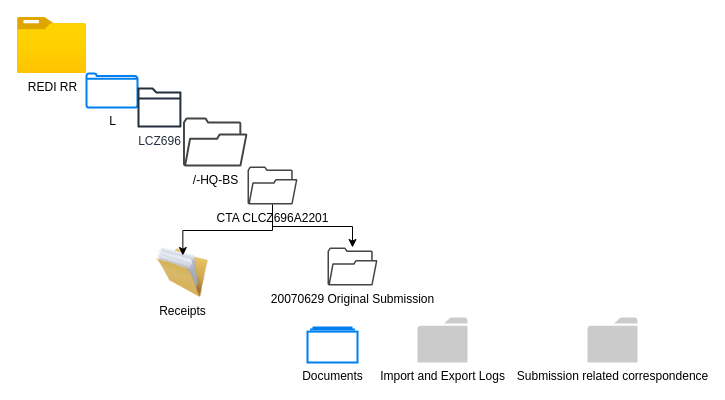
Earlier version of the draw.io diagram CTA.drawio (jyprincejose/chat). Source tidied: cells renumbered, new cells numbered last; positions are measured from the earlier drawing's top-left corner, leaving out a move shared by most shapes. Both pictures are drawn from the tidied source at 100%, with x=0, y=0 at pixel (17, 17).
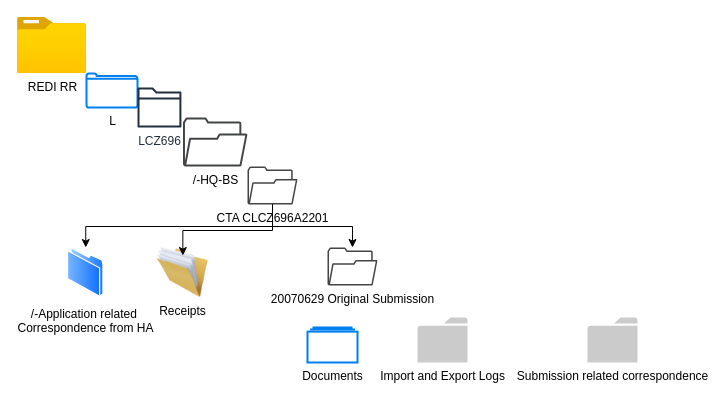
After the change.

Diff of the diagram source:
```diff
@@
 <mxGraphModel>
   <root>
     <mxCell id="0" />
     <mxCell id="1" parent="0" />
     <mxCell id="2" value="REDI RR" style="image;html=1;align=center;fontSize=12;image=img/lib/azure2/general/Folder_Blank.svg;" parent="1" vertex="1">
       <mxGeometry width="69" height="56" as="geometry" />
     </mxCell>
     <mxCell id="3" value="L" style="html=1;verticalLabelPosition=bottom;align=center;labelBackgroundColor=#ffffff;verticalAlign=top;strokeWidth=2;strokeColor=#0080F0;shadow=0;dashed=0;shape=mxgraph.ios7.icons.folder;" parent="1" vertex="1">
       <mxGeometry x="69" y="56" width="51" height="34" as="geometry" />
     </mxCell>
     <mxCell id="4" value="LCZ696" style="sketch=0;fontColor=#232F3E;gradientColor=none;fillColor=#232F3D;strokeColor=none;dashed=0;verticalLabelPosition=bottom;verticalAlign=top;align=center;html=1;fontSize=12;fontStyle=0;shape=mxgraph.aws4.folder;" parent="1" vertex="1">
       <mxGeometry x="120" y="70" width="43.9" height="40" as="geometry" />
     </mxCell>
     <mxCell id="5" value="/-HQ-BS" style="sketch=0;shadow=0;dashed=0;html=1;strokeColor=none;fillColor=#434445;labelPosition=center;verticalLabelPosition=bottom;verticalAlign=top;align=center;shape=mxgraph.vvd.folder;" parent="1" vertex="1">
       <mxGeometry x="165.5" y="100" width="64.5" height="49" as="geometry" />
     </mxCell>
     <mxCell id="6" style="edgeStyle=elbowEdgeStyle;rounded=0;jettySize=auto;elbow=vertical;html=1;" parent="1" edge="1" source="7" target="8">
       <mxGeometry relative="1" as="geometry" />
     </mxCell>
     <mxCell id="7" value="CTA CLCZ696A2201" style="sketch=0;shadow=0;dashed=0;html=1;strokeColor=none;fillColor=#434445;labelPosition=center;verticalLabelPosition=bottom;verticalAlign=top;align=center;outlineConnect=0;shape=mxgraph.vvd.folder;" parent="1" vertex="1">
       <mxGeometry x="230" y="149" width="50" height="38" as="geometry" />
     </mxCell>
     <mxCell id="8" value="20070629 Original Submission" style="sketch=0;shadow=0;dashed=0;html=1;strokeColor=none;fillColor=#434445;labelPosition=center;verticalLabelPosition=bottom;verticalAlign=top;align=center;outlineConnect=0;shape=mxgraph.vvd.folder;" parent="1" vertex="1">
       <mxGeometry x="310" y="230" width="50" height="38" as="geometry" />
     </mxCell>
     <mxCell id="9" value="Import and Export Logs" style="sketch=0;shadow=0;dashed=0;html=1;strokeColor=none;labelPosition=center;verticalLabelPosition=bottom;verticalAlign=top;align=center;shape=mxgraph.office.concepts.folder;fillColor=#CCCBCB;" parent="1" vertex="1">
       <mxGeometry x="400" y="300" width="50" height="45" as="geometry" />
     </mxCell>
     <mxCell id="10" value="Submission related correspondence" style="sketch=0;shadow=0;dashed=0;html=1;strokeColor=none;labelPosition=center;verticalLabelPosition=bottom;verticalAlign=top;align=center;shape=mxgraph.office.concepts.folder;fillColor=#CCCBCB;" parent="1" vertex="1">
       <mxGeometry x="570" y="300" width="50" height="45" as="geometry" />
     </mxCell>
     <mxCell id="11" value="Documents" style="html=1;verticalLabelPosition=bottom;align=center;labelBackgroundColor=#ffffff;verticalAlign=top;strokeWidth=2;strokeColor=#0080F0;shadow=0;dashed=0;shape=mxgraph.ios7.icons.folders;" parent="1" vertex="1">
       <mxGeometry x="290" y="310" width="50" height="35" as="geometry" />
     </mxCell>
     <mxCell id="12" value="Receipts" style="image;html=1;image=img/lib/clip_art/general/Full_Folder_128x128.png;" parent="1" vertex="1">
       <mxGeometry x="130" y="230" width="70" height="50" as="geometry" />
     </mxCell>
     <mxCell id="13" style="edgeStyle=elbowEdgeStyle;rounded=0;jettySize=auto;elbow=vertical;html=1;entryX=0.505;entryY=0.16;entryDx=0;entryDy=0;entryPerimeter=0;" parent="1" edge="1" source="7" target="12">
       <mxGeometry relative="1" as="geometry" />
     </mxCell>
+    <mxCell id="14" value="/-Application related&amp;nbsp;&lt;div&gt;Correspondence from HA&lt;/div&gt;" style="image;perimeter=ellipsePerimeter;html=1;align=center;shadow=0;dashed=0;spacingTop=3;image=img/lib/active_directory/folder.svg;" parent="1" vertex="1">
+      <mxGeometry x="50" y="230" width="36.5" height="50" as="geometry" />
+    </mxCell>
+    <mxCell id="15" style="edgeStyle=elbowEdgeStyle;rounded=0;jettySize=auto;elbow=vertical;html=1;entryX=0.5;entryY=0;entryDx=0;entryDy=0;" parent="1" edge="1" source="7" target="14">
+      <mxGeometry relative="1" as="geometry" />
+    </mxCell>
   </root>
 </mxGraphModel>
```
